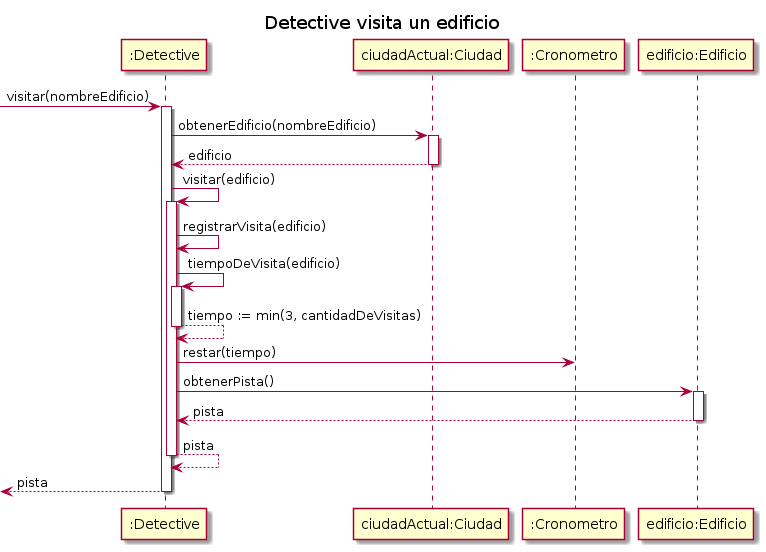
The PlantUML diagram diagrams/sequences/secuencia_visitarEdificio.png in MegaRedHand/algo-thief, before a commit.
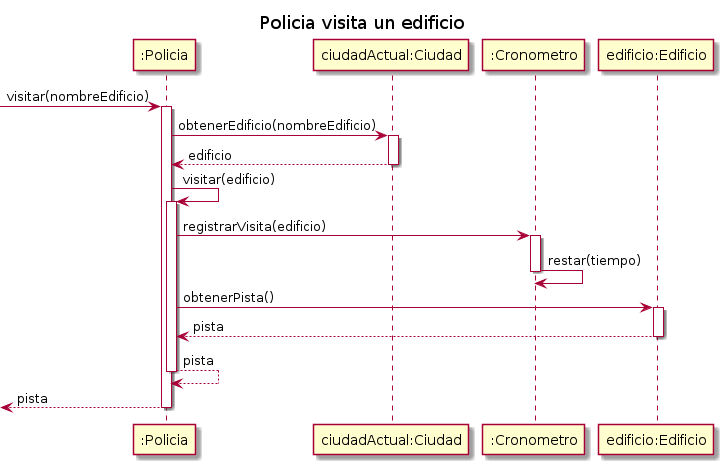
The same file after the commit.

What changed in the source:
```diff
@@ -1,26 +1,20 @@
 @startuml
 
 
-title "Detective visita un edificio"
+title "Policia visita un edificio"
 
-participant ":Detective" as detective
+participant ":Policia" as policia
 participant "ciudadActual:Ciudad" as ciudad
 participant ":Cronometro" as cron
 participant "edificio:Edificio" as edificio
 
--> detective: visitar(nombreEdificio)
-activate detective
-detective -> ciudad: obtenerEdificio(nombreEdificio)
-    activate ciudad
+-> policia++: visitar(nombreEdificio)
+policia -> ciudad++: obtenerEdificio(nombreEdificio)
     return edificio
-detective -> detective: visitar(edificio)
-    activate detective
-    detective -> detective: registrarVisita(edificio)
-    detective -> detective++: tiempoDeVisita(edificio)
-        return tiempo := min(3, cantidadDeVisitas)
-    detective -> cron: restar(tiempo)
-    detective -> edificio: obtenerPista()
-        activate edificio
+policia -> policia++: visitar(edificio)
+    policia -> cron++: registrarVisita(edificio)
+        cron -> cron--: restar(tiempo)
+    policia -> edificio++: obtenerPista()
         return pista
     return pista
 return pista
```
